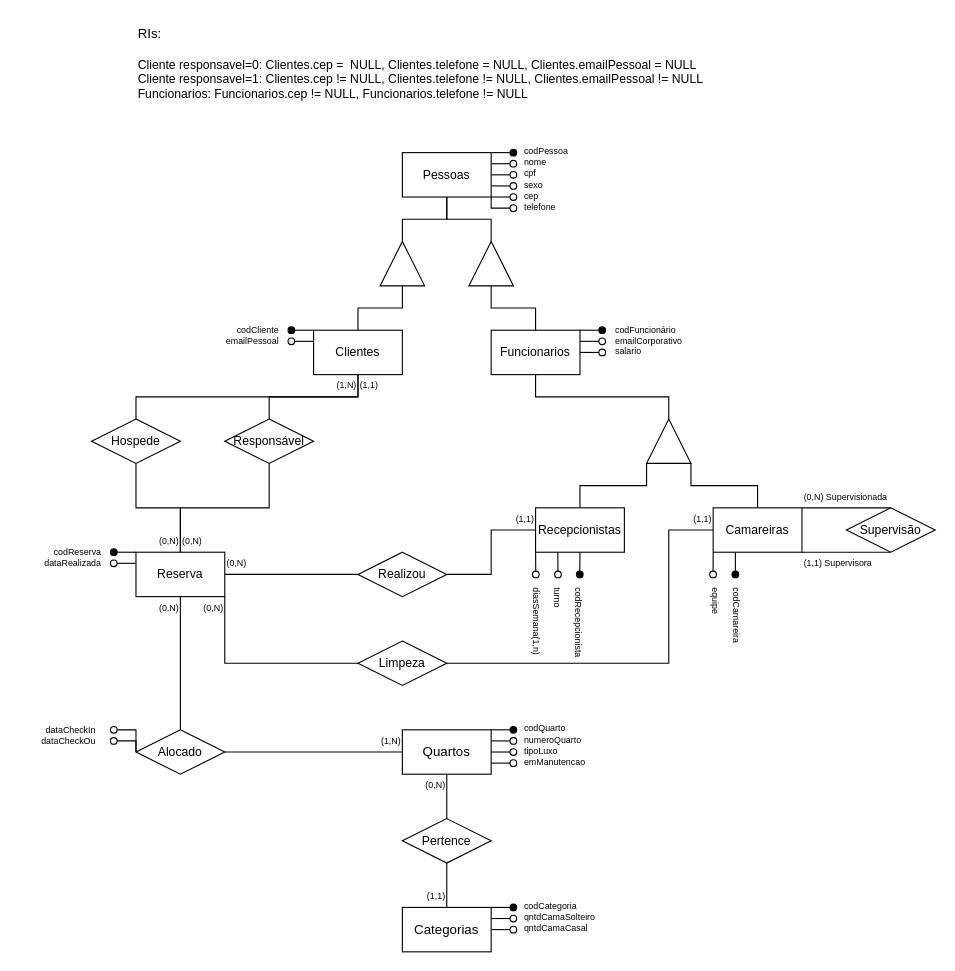
Above: TrabalhoFinal - Parte1 - Correção/Esquema Relacional Corrigido.drawio in JoaoVargas/2023.2.BAN (draw.io), before the change. Source tidied: cells renumbered, new cells numbered last; positions are measured from the earlier drawing's top-left corner, leaving out a move shared by most shapes. Both pictures are drawn from the tidied source at 111%, with x=0, y=0 at pixel (19, 19).
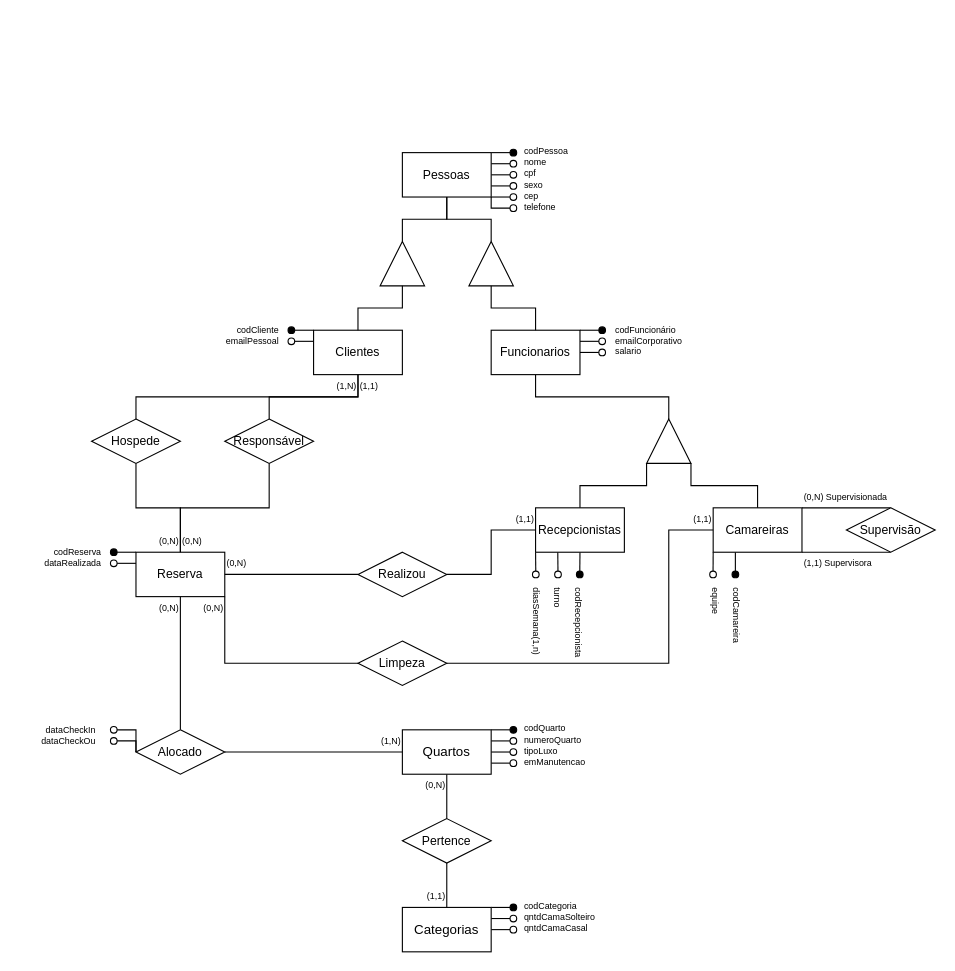
The same page after the edit.

Diff of the diagram source:
```diff
@@
-    <mxCell id="65" value="&lt;div&gt;&lt;font style=&quot;font-size: 12px;&quot;&gt;RIs:&lt;/font&gt;&lt;/div&gt;&lt;div&gt;&lt;font style=&quot;font-size: 12px;&quot;&gt;&lt;br&gt;&lt;/font&gt;&lt;/div&gt;&lt;div&gt;Cliente responsavel=0: Clientes.cep =&amp;nbsp; NULL, Clientes.telefone = NULL, Clientes.emailPessoal = NULL &lt;br&gt;&lt;/div&gt;&lt;div&gt;Cliente responsavel=1: Clientes.cep != NULL, Clientes.telefone != NULL, Clientes.emailPessoal != NULL&lt;/div&gt;&lt;div&gt;Funcionarios:&amp;nbsp;Funcionarios.cep != NULL,&amp;nbsp;Funcionarios.telefone != NULL&lt;/div&gt;" style="text;html=1;align=left;verticalAlign=middle;strokeColor=none;fillColor=none;fontSize=11;fontFamily=Helvetica;fontColor=default;" parent="1" vertex="1">
-      <mxGeometry x="105" width="530" height="80" as="geometry" />
-    </mxCell>
```
